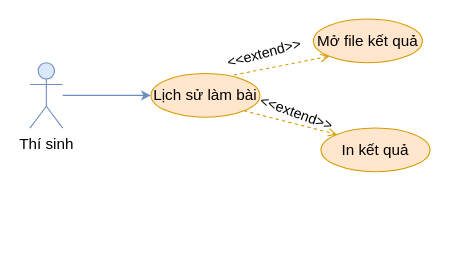
copecute/Edudex-Quiz keeps this draw.io diagram as document/temp/draw/usecase_phanra/usecase_student_lichsulambai.drawio. Above is the earlier version. Source tidied: cells renumbered, new cells numbered last; positions are measured from the earlier drawing's top-left corner, leaving out a move shared by most shapes. Both pictures are drawn from the tidied source at 109%, with x=0, y=0 at pixel (29, 19).
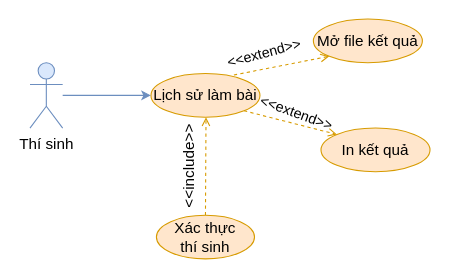
After the change.

Change to the diagram source:
```diff
@@
 <mxGraphModel>
   <root>
     <mxCell id="0" />
     <mxCell id="1" parent="0" />
     <mxCell id="2" style="rounded=0;jettySize=auto;html=1;exitX=1;exitY=1;exitDx=0;exitDy=0;entryX=0;entryY=0;entryDx=0;entryDy=0;dashed=1;endArrow=open;endFill=0;fillColor=#ffe6cc;strokeColor=#d79b00;" parent="1" edge="1" source="3" target="9">
       <mxGeometry relative="1" as="geometry" />
     </mxCell>
     <mxCell id="3" value="Lịch sử làm bài" style="ellipse;whiteSpace=wrap;html=1;fillColor=#ffe6cc;strokeColor=#d79b00;fontSize=14;" parent="1" vertex="1">
       <mxGeometry x="111" y="50" width="100" height="40" as="geometry" />
     </mxCell>
     <mxCell id="4" style="rounded=0;jettySize=auto;html=1;exitX=0;exitY=1;exitDx=0;exitDy=0;entryX=0.731;entryY=0.047;entryDx=0;entryDy=0;fillColor=#ffe6cc;strokeColor=#d79b00;entryPerimeter=0;dashed=1;fontSize=14;endArrow=none;endFill=0;startArrow=open;startFill=0;" parent="1" edge="1" source="5" target="3">
       <mxGeometry relative="1" as="geometry" />
     </mxCell>
     <mxCell id="5" value="Mở file kết quả" style="ellipse;whiteSpace=wrap;html=1;fillColor=#ffe6cc;strokeColor=#d79b00;fontSize=14;" parent="1" vertex="1">
       <mxGeometry x="260" width="100" height="40" as="geometry" />
     </mxCell>
     <mxCell id="6" value="&lt;font style=&quot;font-size: 13px;&quot;&gt;&amp;lt;&amp;lt;extend&amp;gt;&amp;gt;&lt;/font&gt;" style="text;html=1;strokeColor=none;fillColor=none;align=center;verticalAlign=middle;whiteSpace=wrap;rounded=0;rotation=-15;fontSize=13;" parent="1" vertex="1">
       <mxGeometry x="185" y="16" width="60" height="30" as="geometry" />
     </mxCell>
     <mxCell id="7" style="rounded=0;jettySize=auto;html=1;entryX=0;entryY=0.5;entryDx=0;entryDy=0;fillColor=#dae8fc;strokeColor=#6c8ebf;fontSize=14;" parent="1" edge="1" source="8" target="3">
       <mxGeometry relative="1" as="geometry" />
     </mxCell>
     <mxCell id="8" value="Thí sinh" style="shape=umlActor;verticalLabelPosition=bottom;verticalAlign=top;html=1;outlineConnect=0;fillColor=#dae8fc;strokeColor=#6c8ebf;fontSize=14;" parent="1" vertex="1">
       <mxGeometry y="40" width="30" height="60" as="geometry" />
     </mxCell>
     <mxCell id="9" value="In kết quả" style="ellipse;whiteSpace=wrap;html=1;fillColor=#ffe6cc;strokeColor=#d79b00;fontSize=14;" parent="1" vertex="1">
       <mxGeometry x="267" y="100" width="100" height="40" as="geometry" />
     </mxCell>
     <mxCell id="10" value="&lt;font style=&quot;font-size: 13px;&quot;&gt;&amp;lt;&amp;lt;extend&amp;gt;&amp;gt;&lt;/font&gt;" style="text;html=1;strokeColor=none;fillColor=none;align=center;verticalAlign=middle;whiteSpace=wrap;rounded=0;rotation=20;fontSize=13;" parent="1" vertex="1">
       <mxGeometry x="215" y="71" width="60" height="30" as="geometry" />
     </mxCell>
+    <mxCell id="11" style="rounded=0;jettySize=auto;html=1;exitX=0.5;exitY=0;exitDx=0;exitDy=0;entryX=0.5;entryY=1;entryDx=0;entryDy=0;fillColor=#ffe6cc;strokeColor=#d79b00;endArrow=open;endFill=0;dashed=1;" parent="1" edge="1" source="12">
+      <mxGeometry relative="1" as="geometry">
+        <mxPoint x="161.5" y="90" as="targetPoint" />
+      </mxGeometry>
+    </mxCell>
+    <mxCell id="12" value="Xác thực&lt;div&gt;thí sinh&lt;/div&gt;" style="ellipse;whiteSpace=wrap;html=1;fillColor=#ffe6cc;strokeColor=#d79b00;fontSize=14;" parent="1" vertex="1">
+      <mxGeometry x="116" y="180" width="90" height="40" as="geometry" />
+    </mxCell>
+    <mxCell id="13" value="&lt;font&gt;&amp;lt;&amp;lt;include&amp;gt;&amp;gt;&lt;/font&gt;" style="text;html=1;strokeColor=none;fillColor=none;align=center;verticalAlign=middle;whiteSpace=wrap;rounded=0;rotation=-90;fontSize=14;" parent="1" vertex="1">
+      <mxGeometry x="116" y="120" width="60" height="30" as="geometry" />
+    </mxCell>
   </root>
 </mxGraphModel>
```
